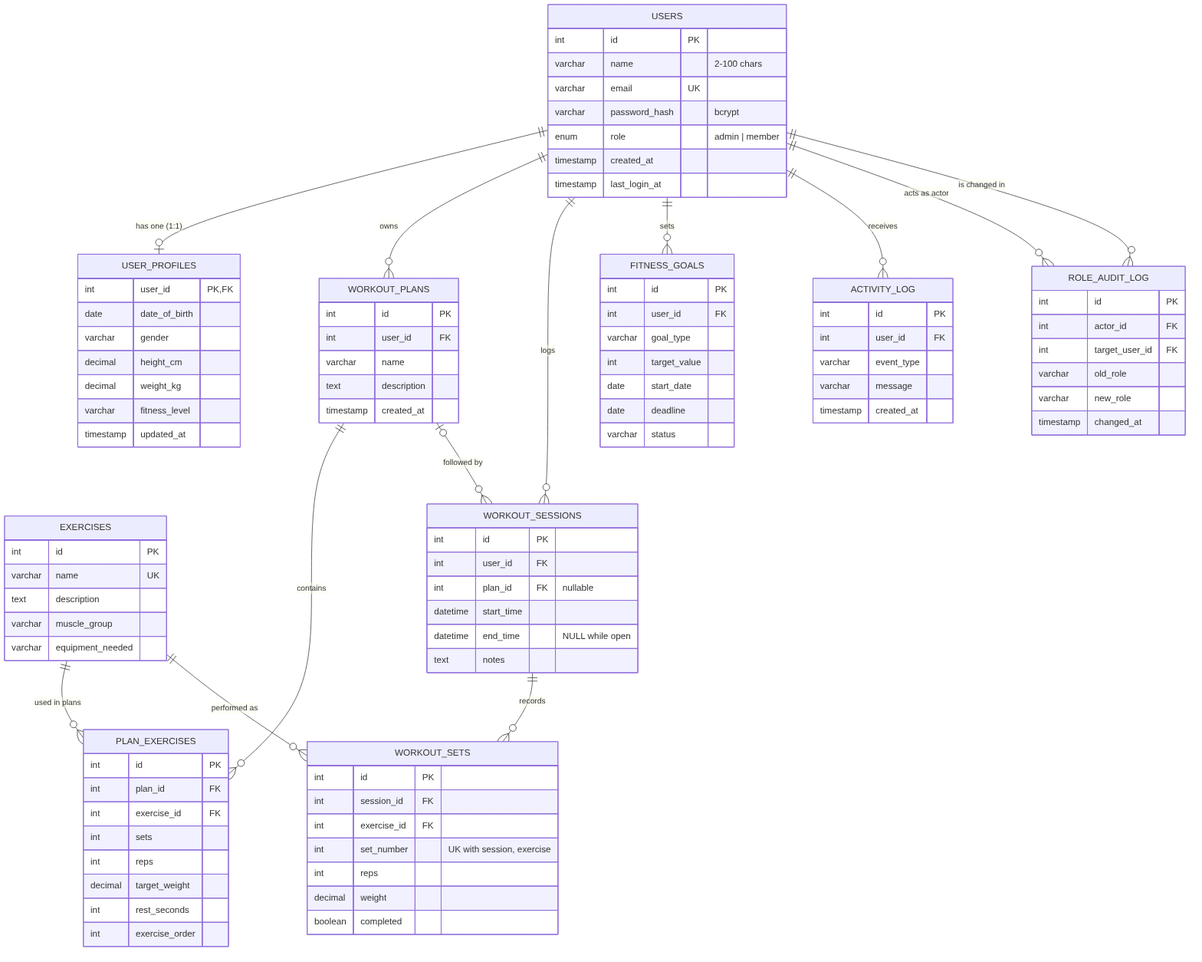
Earlier version of the Mermaid export database/docs/er_diagram.png (duplicatenode/Fitness-Tracker). Its source is kept beside it as database/docs/er_diagram.mmd. Its diagram source:
```mermaid
erDiagram
    USERS {
        int id PK
        varchar name "2-100 chars"
        varchar email UK
        varchar password_hash "bcrypt"
        enum role "admin | member"
        timestamp created_at
        timestamp last_login_at
    }
    USER_PROFILES {
        int user_id PK,FK
        date date_of_birth
        varchar gender
        decimal height_cm
        decimal weight_kg
        varchar fitness_level
        timestamp updated_at
    }
    WORKOUT_PLANS {
        int id PK
        int user_id FK
        varchar name
        text description
        timestamp created_at
    }
    EXERCISES {
        int id PK
        varchar name UK
        text description
        varchar muscle_group
        varchar equipment_needed
    }
    PLAN_EXERCISES {
        int id PK
        int plan_id FK
        int exercise_id FK
        int sets
        int reps
        decimal target_weight
        int rest_seconds
        int exercise_order
    }
    WORKOUT_SESSIONS {
        int id PK
        int user_id FK
        int plan_id FK "nullable"
        datetime start_time
        datetime end_time "NULL while open"
        text notes
    }
    WORKOUT_SETS {
        int id PK
        int session_id FK
        int exercise_id FK
        int set_number "UK with session, exercise"
        int reps
        decimal weight
        boolean completed
    }
    FITNESS_GOALS {
        int id PK
        int user_id FK
        varchar goal_type
        int target_value
        date start_date
        date deadline
        varchar status
    }
    ACTIVITY_LOG {
        int id PK
        int user_id FK
        varchar event_type
        varchar message
        timestamp created_at
    }
    ROLE_AUDIT_LOG {
        int id PK
        int actor_id FK
        int target_user_id FK
        varchar old_role
        varchar new_role
        timestamp changed_at
    }

    USERS ||--o| USER_PROFILES : "has one (1:1)"
    USERS ||--o{ WORKOUT_PLANS : "owns"
    USERS ||--o{ WORKOUT_SESSIONS : "logs"
    USERS ||--o{ FITNESS_GOALS : "sets"
    USERS ||--o{ ACTIVITY_LOG : "receives"
    USERS ||--o{ ROLE_AUDIT_LOG : "acts as actor"
    USERS ||--o{ ROLE_AUDIT_LOG : "is changed in"
    WORKOUT_PLANS ||--o{ PLAN_EXERCISES : "contains"
    EXERCISES ||--o{ PLAN_EXERCISES : "used in plans"
    WORKOUT_PLANS |o--o{ WORKOUT_SESSIONS : "followed by"
    WORKOUT_SESSIONS ||--o{ WORKOUT_SETS : "records"
    EXERCISES ||--o{ WORKOUT_SETS : "performed as"
```
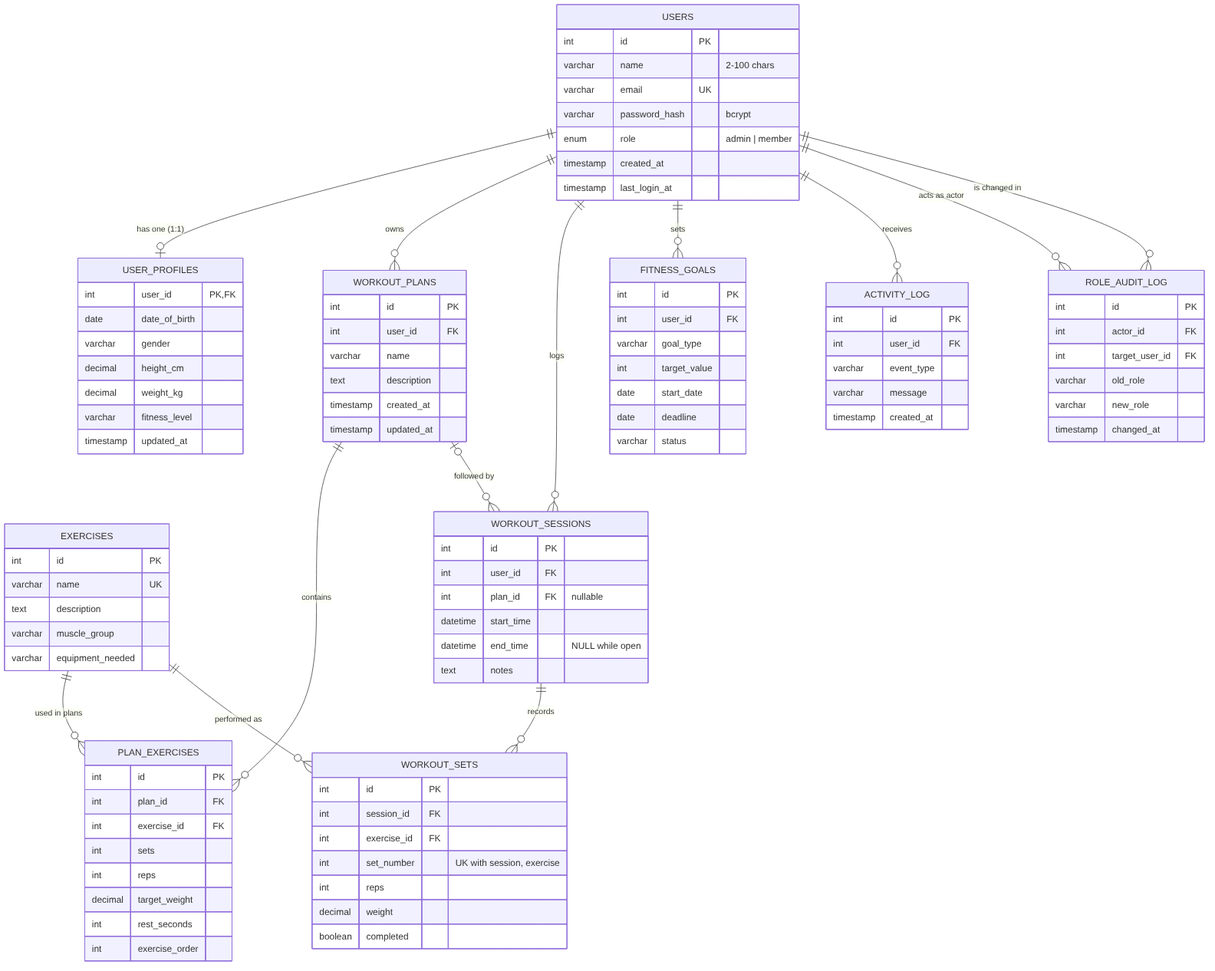
The same diagram one commit later.

Commit message:
Fix ER diagram (workout_plans.updated_at), update demo guide for Windows/Memurai and Ubuntu

Change to the diagram source:
```diff
@@ -23,6 +23,7 @@
         varchar name
         text description
         timestamp created_at
+        timestamp updated_at
     }
     EXERCISES {
         int id PK
```
